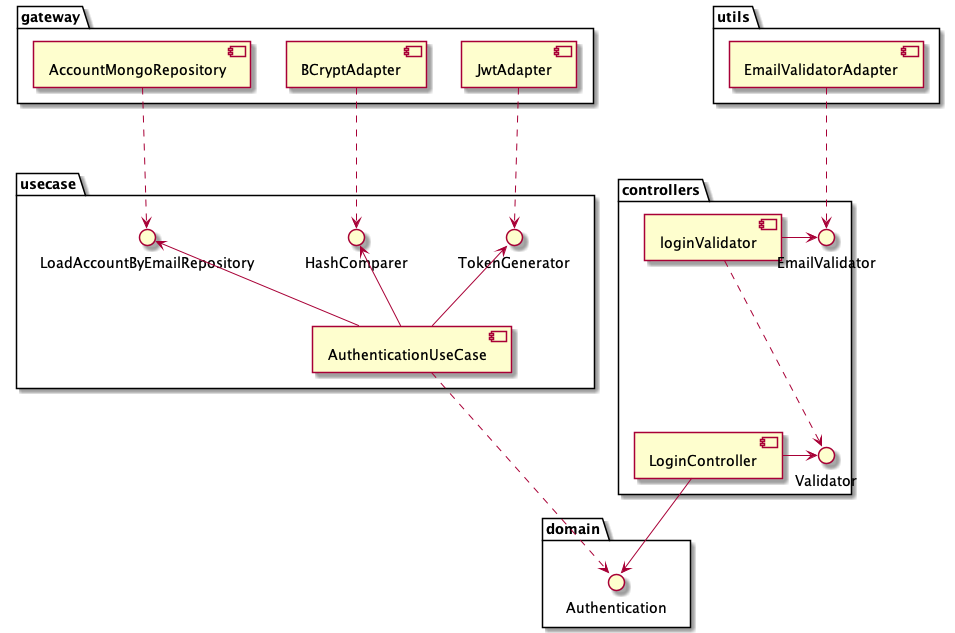
The PlantUML diagram docs/login.png in pcandido/ms-account, before a commit.
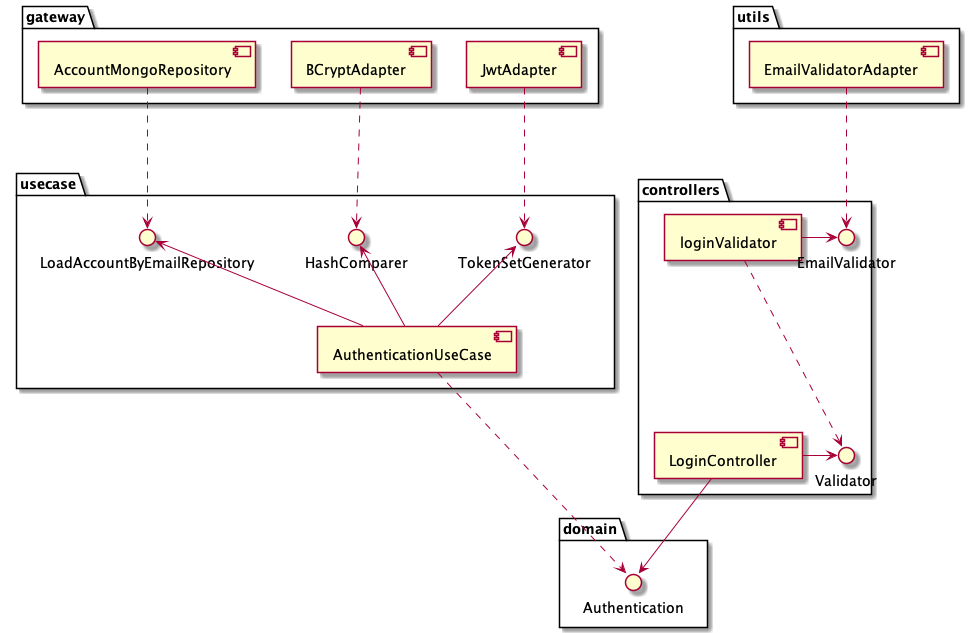
The same diagram one commit later.

Diff of the diagram source:
```diff
@@ -17,7 +17,7 @@
 package usecase {
     () LoadAccountByEmailRepository <-- [AuthenticationUseCase]
     () HashComparer <-- [AuthenticationUseCase]
-    () TokenGenerator <-- [AuthenticationUseCase]
+    () TokenSetGenerator <-- [AuthenticationUseCase]
 }
 
 package gateway {
@@ -31,6 +31,6 @@
 AuthenticationUseCase -.-> Authentication
 AccountMongoRepository -.-> LoadAccountByEmailRepository
 BCryptAdapter -.-> HashComparer
-JwtAdapter -.-> TokenGenerator
+JwtAdapter -.-> TokenSetGenerator
 
 @enduml
```
